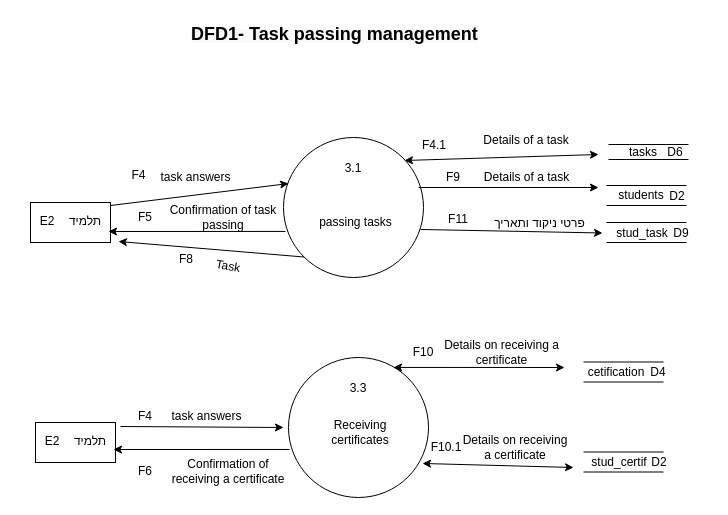
The draw.io diagram page "ניהול מעבר משימות" (3 of 3) of dfd/DFD1(English).drawio in alsousha/projectFinish, before the edit. Source tidied: cells renumbered, new cells numbered last; positions are measured from the earlier drawing's top-left corner, leaving out a move shared by most shapes. Both pictures are drawn from the tidied source at 100%, with x=0, y=0 at pixel (17, 17).
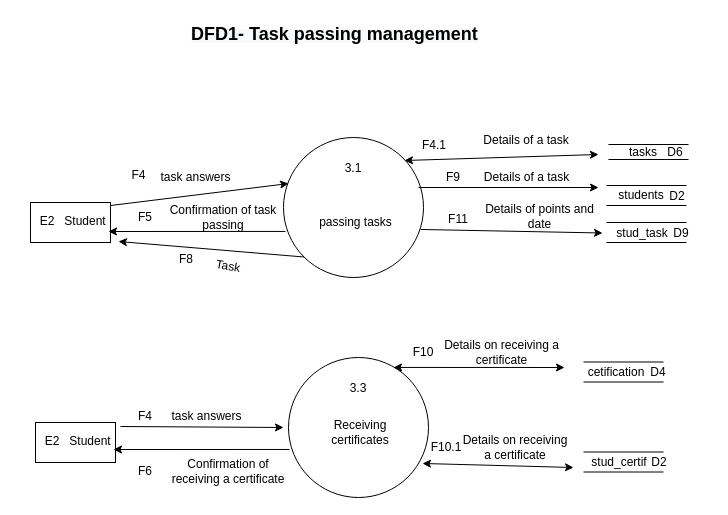
The same page after the edit.

Diff of the diagram source:
```diff
@@
-    <mxCell id="8" value="תלמיד" style="text;html=1;strokeColor=none;fillColor=none;align=center;verticalAlign=middle;whiteSpace=wrap;rounded=0;" parent="1" vertex="1">
+    <mxCell id="8" value="Student" style="text;html=1;strokeColor=none;fillColor=none;align=center;verticalAlign=middle;whiteSpace=wrap;rounded=0;" parent="1" vertex="1">
       <mxGeometry x="38" y="189" width="60" height="30" as="geometry" />
     </mxCell>
@@
-    <mxCell id="17" value="תלמיד" style="text;html=1;strokeColor=none;fillColor=none;align=center;verticalAlign=middle;whiteSpace=wrap;rounded=0;" parent="1" vertex="1">
+    <mxCell id="17" value="Student" style="text;html=1;strokeColor=none;fillColor=none;align=center;verticalAlign=middle;whiteSpace=wrap;rounded=0;" parent="1" vertex="1">
       <mxGeometry x="43" y="409" width="60" height="30" as="geometry" />
     </mxCell>
@@
-    <mxCell id="36" value="פרטי ניקוד ותאריך" style="text;html=1;strokeColor=none;fillColor=none;align=center;verticalAlign=middle;whiteSpace=wrap;rounded=0;rotation=0;" parent="1" vertex="1">
-      <mxGeometry x="460" y="191" width="125" height="30" as="geometry" />
+    <mxCell id="36" value="Details of points and date" style="text;html=1;strokeColor=none;fillColor=none;align=center;verticalAlign=middle;whiteSpace=wrap;rounded=0;rotation=0;" parent="1" vertex="1">
+      <mxGeometry x="460" y="184" width="125" height="30" as="geometry" />
     </mxCell>
```
